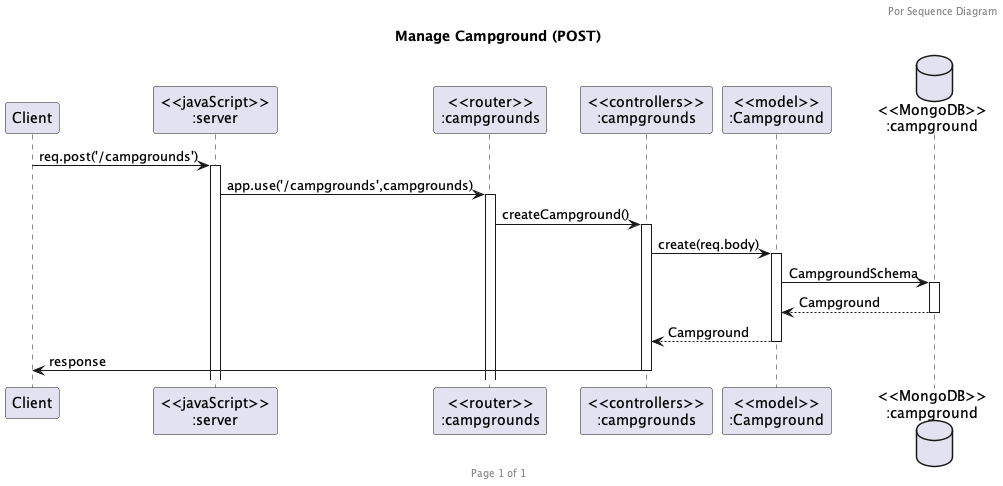
Before: puml/sequence_diagram/campgrounds/out/post-campground.png, a diagram exported from PlantUML (2110503TACEDT66/presentation-day-1-por).
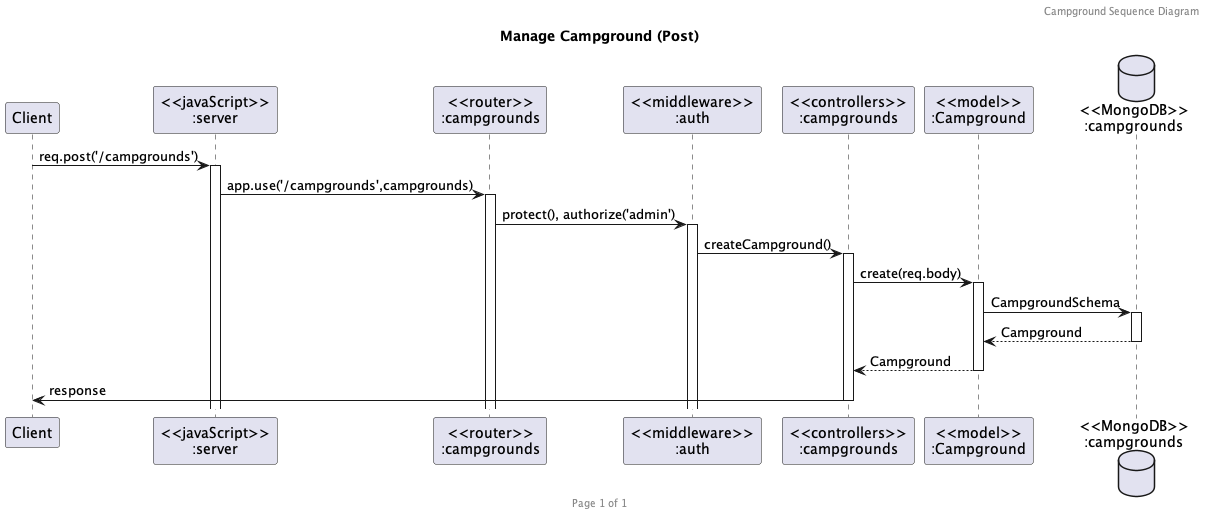
After the commit.

Change to the diagram source:
```diff
@@ -1,19 +1,21 @@
 @startuml post-campground
 
-header Por Sequence Diagram
+header Campground Sequence Diagram
 footer Page %page% of %lastpage%
-title "Manage Campground (POST)"
+title "Manage Campground (Post)"
 
 participant "Client" as client
 participant "<<javaScript>>\n:server" as server
 participant "<<router>>\n:campgrounds" as routerCampgrounds
+participant "<<middleware>>\n:auth" as middlewareAuth
 participant "<<controllers>>\n:campgrounds" as controllersCampgrounds
 participant "<<model>>\n:Campground" as modelCampground
-database "<<MongoDB>>\n:campground" as CampgroundsDatabase
+database "<<MongoDB>>\n:campgrounds" as CampgroundsDatabase
 
 client->server ++:req.post('/campgrounds')
 server->routerCampgrounds ++:app.use('/campgrounds',campgrounds)
-routerCampgrounds -> controllersCampgrounds ++:createCampground()
+routerCampgrounds -> middlewareAuth ++: protect(), authorize('admin')
+middlewareAuth -> controllersCampgrounds ++:createCampground()
 controllersCampgrounds->modelCampground ++:create(req.body)
 modelCampground ->CampgroundsDatabase ++:CampgroundSchema
 CampgroundsDatabase --> modelCampground --:Campground
```
